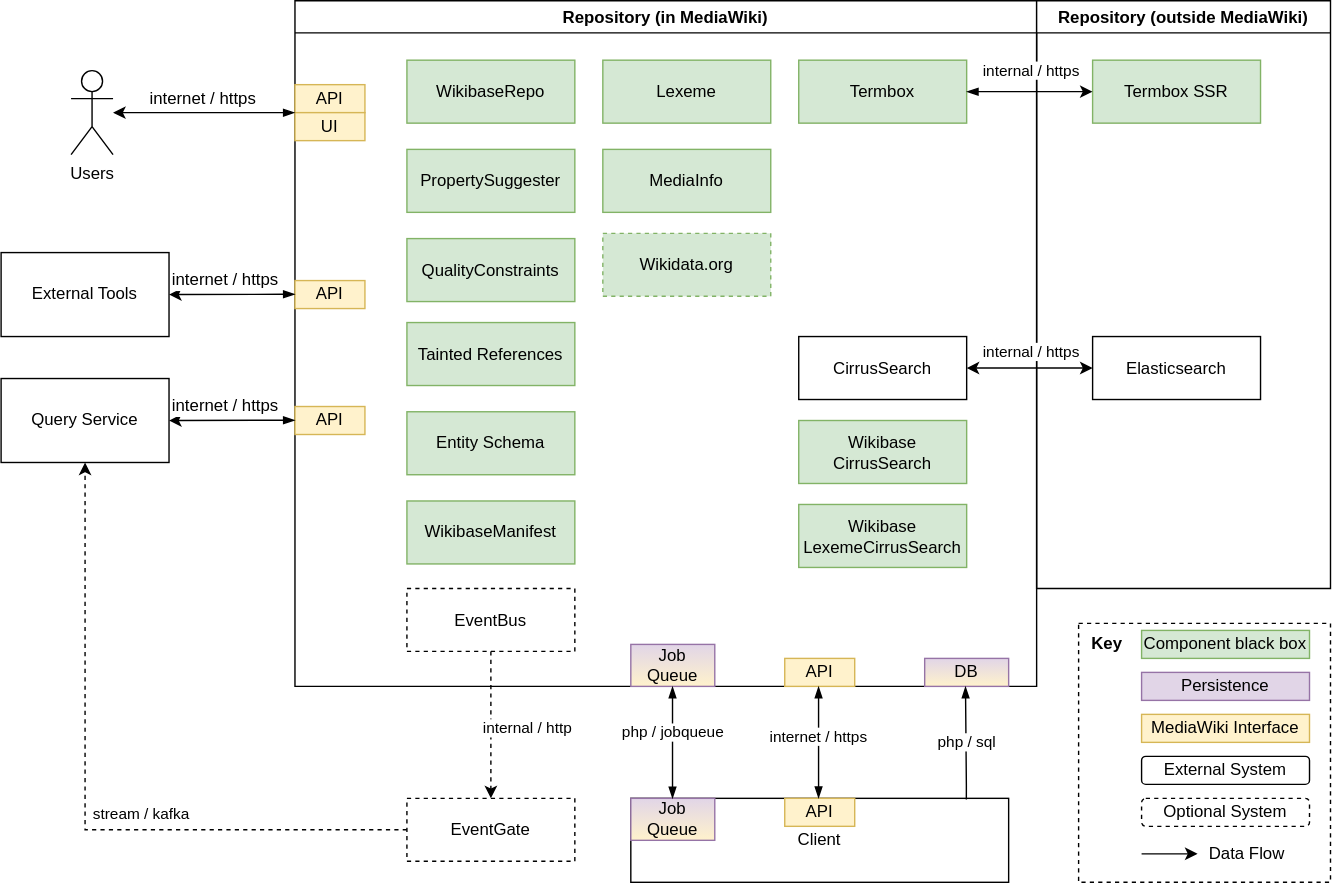
The draw.io diagram systems/Repository/diagrams/03-technical-context.drawio.svg in wmde/wikidata-wikibase-architecture, before a commit. Source tidied: cells renumbered, new cells last; positions are measured from the earlier drawing's top-left corner, leaving out a move shared by most shapes.
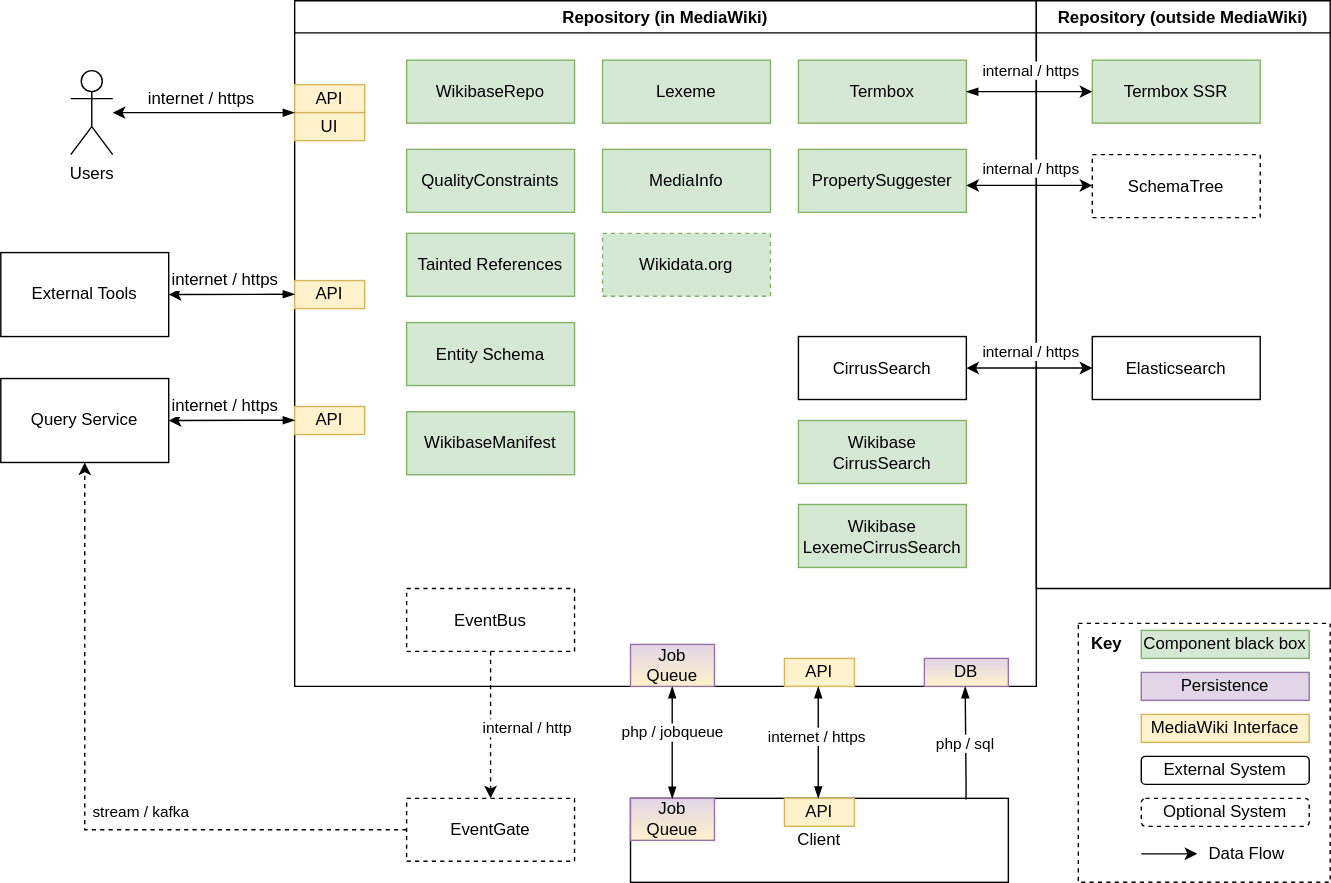
Above is the later version.

Commit message:
Add the SchemaTree backed PropertySuggester

The edit, as a diff of the source:
```diff
@@ -39,13 +39,13 @@
       <mxGeometry x="80" y="42.5" width="120" height="45" as="geometry" />
     </mxCell>
     <mxCell id="14" value="PropertySuggester" style="rounded=0;whiteSpace=wrap;html=1;fillColor=#d5e8d4;strokeColor=#82b366;" parent="8" vertex="1">
-      <mxGeometry x="80" y="106.2" width="120" height="45" as="geometry" />
+      <mxGeometry x="360" y="106.2" width="120" height="45" as="geometry" />
     </mxCell>
     <mxCell id="15" value="DB" style="rounded=0;whiteSpace=wrap;html=1;strokeColor=#9673a6;fillColor=#e1d5e7;gradientColor=#FFF2CC;" parent="8" vertex="1">
       <mxGeometry x="450" y="470" width="60" height="20" as="geometry" />
     </mxCell>
     <mxCell id="16" value="QualityConstraints" style="rounded=0;whiteSpace=wrap;html=1;fillColor=#d5e8d4;strokeColor=#82b366;" parent="8" vertex="1">
-      <mxGeometry x="80" y="170" width="120" height="45" as="geometry" />
+      <mxGeometry x="80" y="106.2" width="120" height="45" as="geometry" />
     </mxCell>
     <mxCell id="17" value="Wikibase&lt;br&gt;CirrusSearch" style="rounded=0;whiteSpace=wrap;html=1;fillColor=#d5e8d4;strokeColor=#82b366;" parent="8" vertex="1">
       <mxGeometry x="360" y="300" width="120" height="45" as="geometry" />
@@ -77,13 +77,13 @@
       <mxGeometry x="360" y="42.5" width="120" height="45" as="geometry" />
     </mxCell>
     <mxCell id="25" value="Tainted References" style="rounded=0;whiteSpace=wrap;html=1;fillColor=#d5e8d4;strokeColor=#82b366;" parent="8" vertex="1">
-      <mxGeometry x="80" y="230" width="120" height="45" as="geometry" />
+      <mxGeometry x="80" y="166.2" width="120" height="45" as="geometry" />
     </mxCell>
     <mxCell id="26" value="Entity Schema" style="rounded=0;whiteSpace=wrap;html=1;fillColor=#d5e8d4;strokeColor=#82b366;" parent="8" vertex="1">
-      <mxGeometry x="80" y="293.8" width="120" height="45" as="geometry" />
+      <mxGeometry x="80" y="230" width="120" height="45" as="geometry" />
     </mxCell>
     <mxCell id="27" value="WikibaseManifest" style="rounded=0;whiteSpace=wrap;html=1;fillColor=#d5e8d4;strokeColor=#82b366;" parent="8" vertex="1">
-      <mxGeometry x="80" y="357.5" width="120" height="45" as="geometry" />
+      <mxGeometry x="80" y="293.8" width="120" height="45" as="geometry" />
     </mxCell>
     <mxCell id="28" value="Lexeme" style="rounded=0;whiteSpace=wrap;html=1;fillColor=#d5e8d4;strokeColor=#82b366;" parent="8" vertex="1">
       <mxGeometry x="220" y="42.5" width="120" height="45" as="geometry" />
@@ -178,6 +178,20 @@
     <mxCell id="50" value="Elasticsearch" style="rounded=0;whiteSpace=wrap;html=1;" parent="48" vertex="1">
       <mxGeometry x="40" y="240" width="120" height="45" as="geometry" />
     </mxCell>
+    <mxCell id="63" value="SchemaTree" style="rounded=0;whiteSpace=wrap;html=1;dashed=1;" parent="48" vertex="1">
+      <mxGeometry x="40" y="110" width="120" height="45" as="geometry" />
+    </mxCell>
+    <mxCell id="64" style="edgeStyle=orthogonalEdgeStyle;rounded=0;orthogonalLoop=1;jettySize=auto;html=1;entryX=0;entryY=0.5;entryDx=0;entryDy=0;startArrow=classic;startFill=1;" parent="48" edge="1">
+      <mxGeometry relative="1" as="geometry">
+        <mxPoint x="-50" y="132" as="sourcePoint" />
+        <mxPoint x="40" y="132" as="targetPoint" />
+      </mxGeometry>
+    </mxCell>
+    <mxCell id="65" value="internal / https" style="edgeLabel;html=1;align=center;verticalAlign=middle;" parent="64" vertex="1">
+      <mxGeometry x="-0.2" y="2" relative="1" as="geometry">
+        <mxPoint x="10" y="-10" as="offset" />
+      </mxGeometry>
+    </mxCell>
     <mxCell id="51" style="edgeStyle=orthogonalEdgeStyle;rounded=0;jettySize=auto;html=1;startArrow=blockThin;startFill=1;" parent="1" edge="1" source="24" target="49">
       <mxGeometry relative="1" as="geometry" />
     </mxCell>
```
